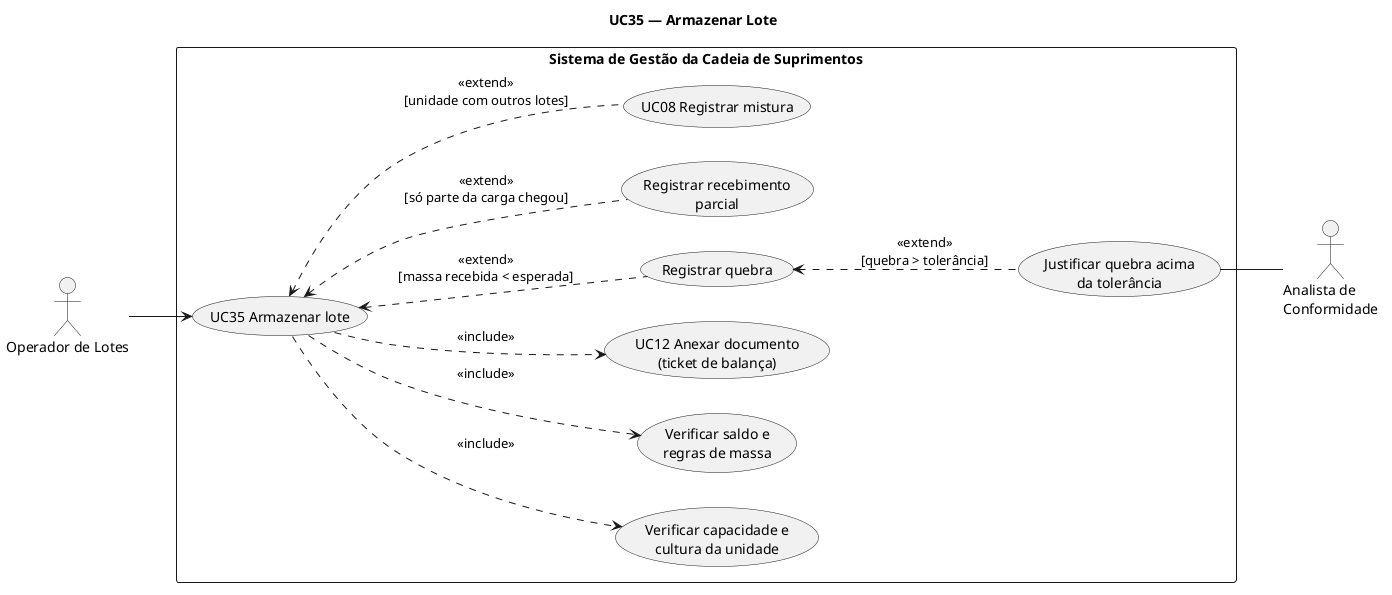
Earlier version of the PlantUML export docs/v3/casos-de-uso/plantuml/uc35-armazenar-lote.png (pedrohrossetto/gestao-cadeia-suprimentos).
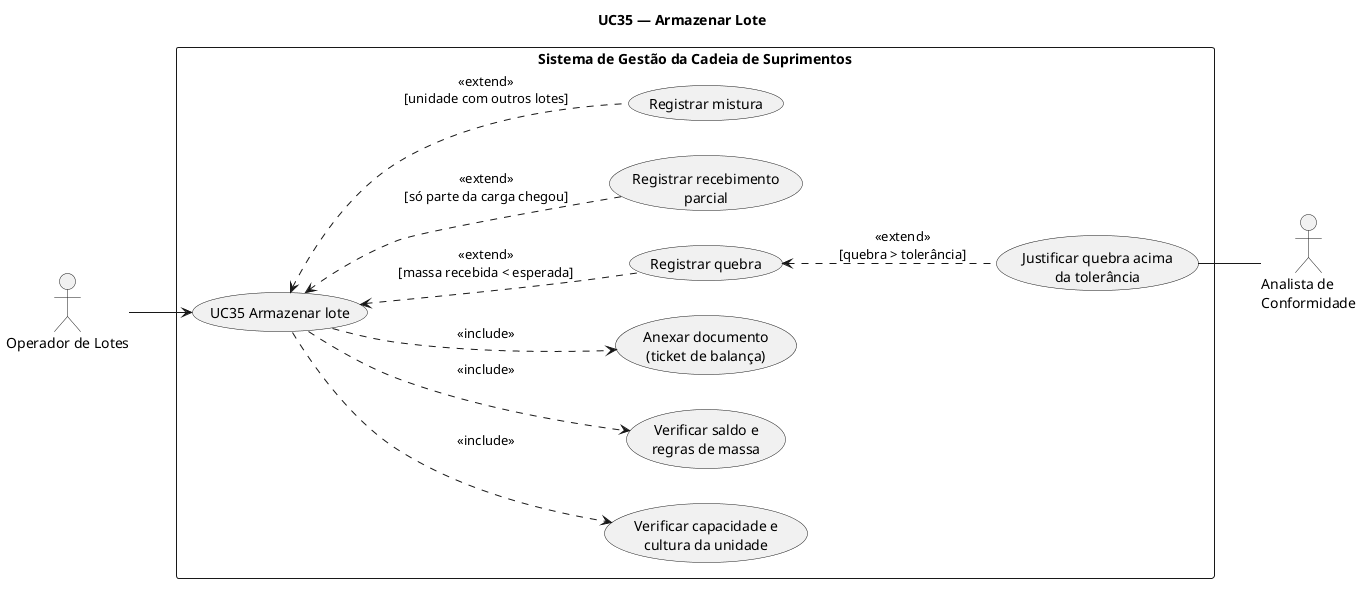
The same diagram one commit later.

What changed in the source:
```diff
@@ -11,11 +11,11 @@
   usecase "UC35 Armazenar lote" as uc35
   usecase "Verificar capacidade e\ncultura da unidade" as cap
   usecase "Verificar saldo e\nregras de massa" as chk
-  usecase "UC12 Anexar documento\n(ticket de balança)" as uc12
+  usecase "Anexar documento\n(ticket de balança)" as uc12
   usecase "Registrar quebra" as qbr
   usecase "Justificar quebra acima\nda tolerância" as jus
   usecase "Registrar recebimento\nparcial" as parc
-  usecase "UC08 Registrar mistura" as uc08
+  usecase "Registrar mistura" as uc08
 }
 
 ope --> uc35
```
